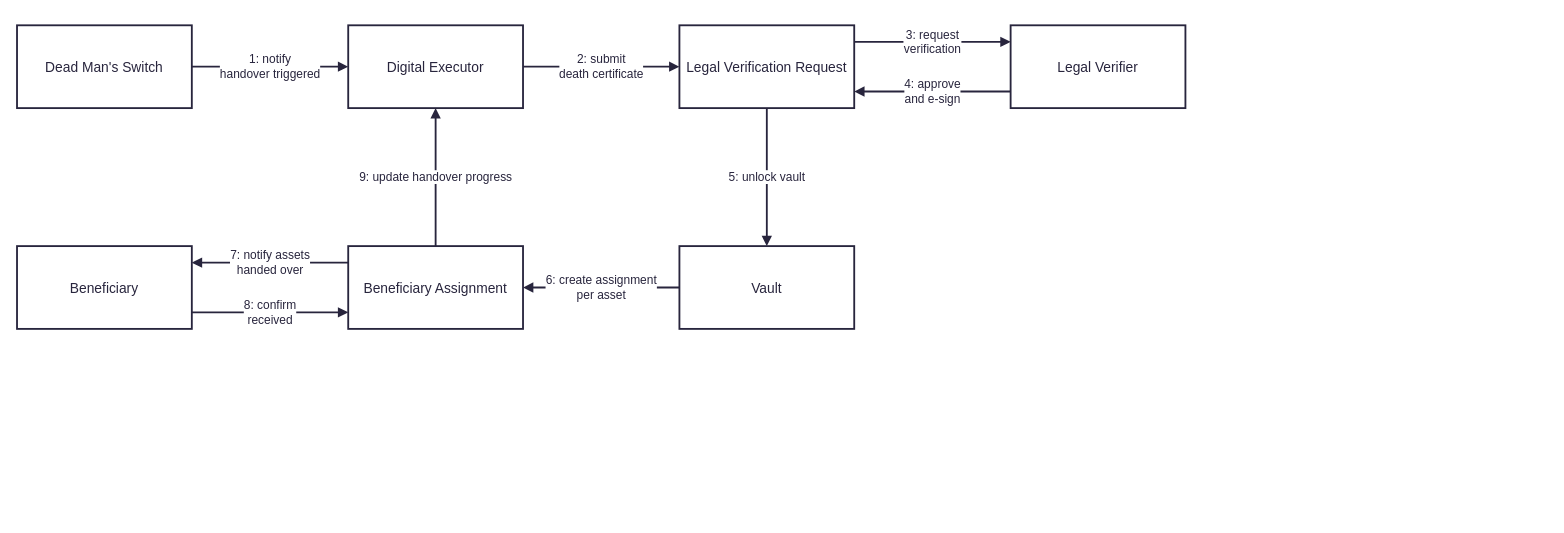
QuochuyChung/Final-Report-SWD keeps this draw.io diagram as Communication Diagram (2 rows).drawio. Above is the earlier version. Source tidied: cells renumbered, new cells numbered last; positions are measured from the earlier drawing's top-left corner, leaving out a move shared by most shapes. Both pictures are drawn from the tidied source at 92%, with x=0, y=0 at pixel (17, 25).
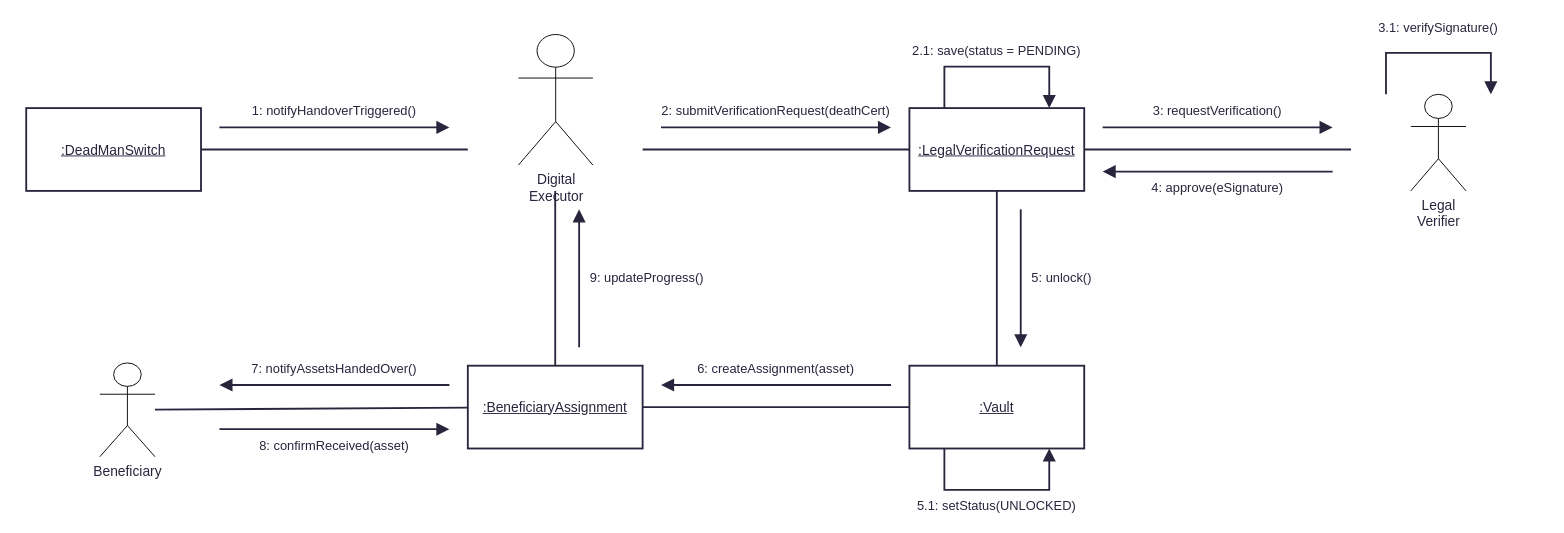
Above is the later version.

The edit, as a diff of the source:
```diff
@@
-    <mxCell id="2" value="Dead Man's Switch" style="html=1;whiteSpace=wrap;strokeWidth=2;fillColor=#ffffff;strokeColor=#28253D;fontColor=#28253D;fontSize=15;shadow=0;" parent="1" vertex="1">
-      <mxGeometry width="190" height="90" as="geometry" />
+    <mxCell id="2" value=":DeadManSwitch" style="html=1;whiteSpace=wrap;strokeWidth=2;fillColor=#ffffff;strokeColor=#28253D;fontColor=#28253D;fontSize=15;shadow=0;fontStyle=4;fontFamily=Helvetica;" parent="1" vertex="1">
+      <mxGeometry x="10" y="90" width="190" height="90" as="geometry" />
     </mxCell>
+    <mxCell id="4" value=":LegalVerificationRequest" style="html=1;whiteSpace=wrap;strokeWidth=2;fillColor=#ffffff;strokeColor=#28253D;fontColor=#28253D;fontSize=15;shadow=0;fontStyle=4;fontFamily=Helvetica;" parent="1" vertex="1">
+      <mxGeometry x="970" y="90" width="190" height="90" as="geometry" />
+    </mxCell>
+    <mxCell id="7" value=":BeneficiaryAssignment" style="html=1;whiteSpace=wrap;strokeWidth=2;fillColor=#ffffff;strokeColor=#28253D;fontColor=#28253D;fontSize=15;shadow=0;fontStyle=4;fontFamily=Helvetica;" parent="1" vertex="1">
+      <mxGeometry x="490" y="370" width="190" height="90" as="geometry" />
+    </mxCell>
+    <mxCell id="18" value=":Vault" style="html=1;whiteSpace=wrap;strokeWidth=2;fillColor=#ffffff;strokeColor=#28253D;fontColor=#28253D;fontSize=15;shadow=0;fontStyle=4;fontFamily=Helvetica;" parent="1" vertex="1">
+      <mxGeometry x="970" y="370" width="190" height="90" as="geometry" />
+    </mxCell>
+    <mxCell id="19" style="endArrow=none;startArrow=none;html=1;strokeWidth=2;strokeColor=#28253D;edgeStyle=none;" parent="1" edge="1" source="2">
+      <mxGeometry relative="1" as="geometry">
+        <mxPoint x="490" y="135" as="targetPoint" />
+      </mxGeometry>
+    </mxCell>
+    <mxCell id="20" style="endArrow=none;startArrow=none;html=1;strokeWidth=2;strokeColor=#28253D;edgeStyle=none;" parent="1" edge="1" target="4">
+      <mxGeometry relative="1" as="geometry">
+        <mxPoint x="680" y="135" as="sourcePoint" />
+      </mxGeometry>
+    </mxCell>
+    <mxCell id="21" style="endArrow=none;startArrow=none;html=1;strokeWidth=2;strokeColor=#28253D;edgeStyle=none;" parent="1" edge="1" source="4">
+      <mxGeometry relative="1" as="geometry">
+        <mxPoint x="1450" y="135" as="targetPoint" />
+      </mxGeometry>
+    </mxCell>
+    <mxCell id="22" style="endArrow=none;startArrow=none;html=1;strokeWidth=2;strokeColor=#28253D;edgeStyle=none;" parent="1" edge="1" source="4" target="18">
+      <mxGeometry relative="1" as="geometry" />
+    </mxCell>
+    <mxCell id="23" style="endArrow=none;startArrow=none;html=1;strokeWidth=2;strokeColor=#28253D;edgeStyle=none;" parent="1" edge="1" source="18" target="7">
+      <mxGeometry relative="1" as="geometry" />
+    </mxCell>
+    <mxCell id="15" style="endArrow=none;startArrow=none;html=1;strokeWidth=2;strokeColor=#28253D;edgeStyle=none;" parent="1" edge="1" source="7" target="6">
+      <mxGeometry relative="1" as="geometry" />
+    </mxCell>
+    <mxCell id="24" style="endArrow=none;startArrow=none;html=1;strokeWidth=2;strokeColor=#28253D;edgeStyle=none;" parent="1" edge="1" source="7">
+      <mxGeometry relative="1" as="geometry">
+        <mxPoint x="585" y="180" as="targetPoint" />
+      </mxGeometry>
+    </mxCell>
+    <mxCell id="25" style="endArrow=block;endFill=1;endSize=9;html=1;strokeWidth=2;strokeColor=#28253D;" parent="1" edge="1">
+      <mxGeometry relative="1" as="geometry">
+        <mxPoint x="220" y="111" as="sourcePoint" />
+        <mxPoint x="470" y="111" as="targetPoint" />
+      </mxGeometry>
+    </mxCell>
+    <mxCell id="26" value="1: notifyHandoverTriggered()" style="text;html=1;whiteSpace=wrap;align=center;verticalAlign=middle;fontSize=14;fontColor=#28253D;strokeColor=none;fillColor=none;fontFamily=Helvetica;" parent="1" vertex="1">
+      <mxGeometry x="205" y="81" width="280" height="24" as="geometry" />
+    </mxCell>
+    <mxCell id="27" style="endArrow=block;endFill=1;endSize=9;html=1;strokeWidth=2;strokeColor=#28253D;" parent="1" edge="1">
+      <mxGeometry relative="1" as="geometry">
+        <mxPoint x="700" y="111" as="sourcePoint" />
+        <mxPoint x="950" y="111" as="targetPoint" />
+      </mxGeometry>
+    </mxCell>
+    <mxCell id="28" value="2: submitVerificationRequest(deathCert)" style="text;html=1;whiteSpace=wrap;align=center;verticalAlign=middle;fontSize=14;fontColor=#28253D;strokeColor=none;fillColor=none;fontFamily=Helvetica;" parent="1" vertex="1">
+      <mxGeometry x="685" y="81" width="280" height="24" as="geometry" />
+    </mxCell>
+    <mxCell id="29" style="edgeStyle=orthogonalEdgeStyle;rounded=0;endArrow=block;endFill=1;endSize=9;html=1;strokeWidth=2;strokeColor=#28253D;exitX=0.2;exitY=0;exitDx=0;exitDy=0;entryX=0.8;entryY=0;entryDx=0;entryDy=0;" parent="1" edge="1" source="4" target="4">
+      <mxGeometry relative="1" as="geometry">
+        <Array as="points">
+          <mxPoint x="1008" y="45" />
+          <mxPoint x="1122" y="45" />
+        </Array>
+      </mxGeometry>
+    </mxCell>
+    <mxCell id="30" value="2.1: save(status = PENDING)" style="text;html=1;whiteSpace=wrap;align=center;verticalAlign=middle;fontSize=14;fontColor=#28253D;strokeColor=none;fillColor=none;fontFamily=Helvetica;" parent="1" vertex="1">
+      <mxGeometry x="945" y="15" width="240" height="26" as="geometry" />
+    </mxCell>
+    <mxCell id="31" style="endArrow=block;endFill=1;endSize=9;html=1;strokeWidth=2;strokeColor=#28253D;" parent="1" edge="1">
+      <mxGeometry relative="1" as="geometry">
+        <mxPoint x="1180" y="111" as="sourcePoint" />
+        <mxPoint x="1430" y="111" as="targetPoint" />
+      </mxGeometry>
+    </mxCell>
+    <mxCell id="32" value="3: requestVerification()" style="text;html=1;whiteSpace=wrap;align=center;verticalAlign=middle;fontSize=14;fontColor=#28253D;strokeColor=none;fillColor=none;fontFamily=Helvetica;" parent="1" vertex="1">
+      <mxGeometry x="1165" y="81" width="280" height="24" as="geometry" />
+    </mxCell>
+    <mxCell id="33" style="edgeStyle=orthogonalEdgeStyle;rounded=0;endArrow=block;endFill=1;endSize=9;html=1;strokeWidth=2;strokeColor=#28253D;exitX=0.2;exitY=0;exitDx=0;exitDy=0;entryX=0.8;entryY=0;entryDx=0;entryDy=0;" parent="1" edge="1">
+      <mxGeometry relative="1" as="geometry">
+        <mxPoint x="1488" y="75" as="sourcePoint" />
+        <mxPoint x="1602" y="75" as="targetPoint" />
+        <Array as="points">
+          <mxPoint x="1488" y="30" />
+          <mxPoint x="1602" y="30" />
+        </Array>
+      </mxGeometry>
+    </mxCell>
+    <mxCell id="34" value="3.1: verifySignature()" style="text;html=1;whiteSpace=wrap;align=center;verticalAlign=middle;fontSize=14;fontColor=#28253D;strokeColor=none;fillColor=none;fontFamily=Helvetica;" parent="1" vertex="1">
+      <mxGeometry x="1425" y="-10" width="240" height="26" as="geometry" />
+    </mxCell>
+    <mxCell id="35" style="endArrow=block;endFill=1;endSize=9;html=1;strokeWidth=2;strokeColor=#28253D;" parent="1" edge="1">
+      <mxGeometry relative="1" as="geometry">
+        <mxPoint x="1430" y="159" as="sourcePoint" />
+        <mxPoint x="1180" y="159" as="targetPoint" />
+      </mxGeometry>
+    </mxCell>
+    <mxCell id="36" value="4: approve(eSignature)" style="text;html=1;whiteSpace=wrap;align=center;verticalAlign=middle;fontSize=14;fontColor=#28253D;strokeColor=none;fillColor=none;fontFamily=Helvetica;" parent="1" vertex="1">
+      <mxGeometry x="1165" y="165" width="280" height="24" as="geometry" />
+    </mxCell>
+    <mxCell id="37" style="endArrow=block;endFill=1;endSize=9;html=1;strokeWidth=2;strokeColor=#28253D;" parent="1" edge="1">
+      <mxGeometry relative="1" as="geometry">
+        <mxPoint x="1091" y="200" as="sourcePoint" />
+        <mxPoint x="1091" y="350" as="targetPoint" />
+      </mxGeometry>
+    </mxCell>
+    <mxCell id="38" value="5: unlock()" style="text;html=1;whiteSpace=wrap;align=left;verticalAlign=middle;fontSize=14;fontColor=#28253D;strokeColor=none;fillColor=none;fontFamily=Helvetica;" parent="1" vertex="1">
+      <mxGeometry x="1101" y="261" width="270" height="28" as="geometry" />
+    </mxCell>
+    <mxCell id="39" style="edgeStyle=orthogonalEdgeStyle;rounded=0;endArrow=block;endFill=1;endSize=9;html=1;strokeWidth=2;strokeColor=#28253D;exitX=0.2;exitY=1;exitDx=0;exitDy=0;entryX=0.8;entryY=1;entryDx=0;entryDy=0;" parent="1" edge="1" source="18" target="18">
+      <mxGeometry relative="1" as="geometry">
+        <Array as="points">
+          <mxPoint x="1008" y="505" />
+          <mxPoint x="1122" y="505" />
+        </Array>
+      </mxGeometry>
+    </mxCell>
+    <mxCell id="40" value="5.1: setStatus(UNLOCKED)" style="text;html=1;whiteSpace=wrap;align=center;verticalAlign=middle;fontSize=14;fontColor=#28253D;strokeColor=none;fillColor=none;fontFamily=Helvetica;" parent="1" vertex="1">
+      <mxGeometry x="945" y="509" width="240" height="26" as="geometry" />
+    </mxCell>
+    <mxCell id="41" style="endArrow=block;endFill=1;endSize=9;html=1;strokeWidth=2;strokeColor=#28253D;" parent="1" edge="1">
+      <mxGeometry relative="1" as="geometry">
+        <mxPoint x="950" y="391" as="sourcePoint" />
+        <mxPoint x="700" y="391" as="targetPoint" />
+      </mxGeometry>
+    </mxCell>
+    <mxCell id="42" value="6: createAssignment(asset)" style="text;html=1;whiteSpace=wrap;align=center;verticalAlign=middle;fontSize=14;fontColor=#28253D;strokeColor=none;fillColor=none;fontFamily=Helvetica;" parent="1" vertex="1">
+      <mxGeometry x="685" y="361" width="280" height="24" as="geometry" />
+    </mxCell>
+    <mxCell id="43" style="endArrow=block;endFill=1;endSize=9;html=1;strokeWidth=2;strokeColor=#28253D;" parent="1" edge="1">
+      <mxGeometry relative="1" as="geometry">
+        <mxPoint x="470" y="391" as="sourcePoint" />
+        <mxPoint x="220" y="391" as="targetPoint" />
+      </mxGeometry>
+    </mxCell>
+    <mxCell id="44" value="7: notifyAssetsHandedOver()" style="text;html=1;whiteSpace=wrap;align=center;verticalAlign=middle;fontSize=14;fontColor=#28253D;strokeColor=none;fillColor=none;fontFamily=Helvetica;" parent="1" vertex="1">
+      <mxGeometry x="205" y="361" width="280" height="24" as="geometry" />
+    </mxCell>
+    <mxCell id="45" style="endArrow=block;endFill=1;endSize=9;html=1;strokeWidth=2;strokeColor=#28253D;" parent="1" edge="1">
+      <mxGeometry relative="1" as="geometry">
+        <mxPoint x="220" y="439" as="sourcePoint" />
+        <mxPoint x="470" y="439" as="targetPoint" />
+      </mxGeometry>
+    </mxCell>
+    <mxCell id="46" value="8: confirmReceived(asset)" style="text;html=1;whiteSpace=wrap;align=center;verticalAlign=middle;fontSize=14;fontColor=#28253D;strokeColor=none;fillColor=none;fontFamily=Helvetica;" parent="1" vertex="1">
+      <mxGeometry x="205" y="445" width="280" height="24" as="geometry" />
+    </mxCell>
+    <mxCell id="47" style="endArrow=block;endFill=1;endSize=9;html=1;strokeWidth=2;strokeColor=#28253D;" parent="1" edge="1">
+      <mxGeometry relative="1" as="geometry">
+        <mxPoint x="611" y="350" as="sourcePoint" />
+        <mxPoint x="611" y="200" as="targetPoint" />
+      </mxGeometry>
+    </mxCell>
+    <mxCell id="48" value="9: updateProgress()" style="text;html=1;whiteSpace=wrap;align=left;verticalAlign=middle;fontSize=14;fontColor=#28253D;strokeColor=none;fillColor=none;fontFamily=Helvetica;" parent="1" vertex="1">
+      <mxGeometry x="621" y="261" width="270" height="28" as="geometry" />
+    </mxCell>
-    <mxCell id="3" value="Digital Executor" style="html=1;whiteSpace=wrap;strokeWidth=2;fillColor=#ffffff;strokeColor=#28253D;fontColor=#28253D;fontSize=15;shadow=0;" parent="1" vertex="1">
-      <mxGeometry x="360" width="190" height="90" as="geometry" />
+    <mxCell id="3" value="&lt;span style=&quot;color: rgb(40, 37, 61); font-size: 15px; white-space: normal;&quot;&gt;Digital Executor&lt;/span&gt;" style="shape=umlActor;verticalLabelPosition=bottom;verticalAlign=top;html=1;outlineConnect=0;labelPerimeter=1;" parent="1" vertex="1">
+      <mxGeometry x="545" y="10" width="81" height="142" as="geometry" />
     </mxCell>
-    <mxCell id="4" value="Legal Verification Request" style="html=1;whiteSpace=wrap;strokeWidth=2;fillColor=#ffffff;strokeColor=#28253D;fontColor=#28253D;fontSize=15;shadow=0;" parent="1" vertex="1">
-      <mxGeometry x="720" width="190" height="90" as="geometry" />
-    </mxCell>
-    <mxCell id="5" value="Legal Verifier" style="html=1;whiteSpace=wrap;strokeWidth=2;fillColor=#ffffff;strokeColor=#28253D;fontColor=#28253D;fontSize=15;shadow=0;" parent="1" vertex="1">
-      <mxGeometry x="1080" width="190" height="90" as="geometry" />
+    <mxCell id="5" value="&lt;span style=&quot;color: rgb(40, 37, 61); font-size: 15px; white-space: normal;&quot;&gt;Legal Verifier&lt;/span&gt;" style="shape=umlActor;verticalLabelPosition=bottom;verticalAlign=top;html=1;outlineConnect=0;labelPerimeter=1;" parent="1" vertex="1">
+      <mxGeometry x="1515" y="75" width="60" height="105" as="geometry" />
     </mxCell>
-    <mxCell id="6" value="Beneficiary" style="html=1;whiteSpace=wrap;strokeWidth=2;fillColor=#ffffff;strokeColor=#28253D;fontColor=#28253D;fontSize=15;shadow=0;" parent="1" vertex="1">
-      <mxGeometry y="240" width="190" height="90" as="geometry" />
+    <mxCell id="6" value="&lt;span style=&quot;color: rgb(40, 37, 61); font-size: 15px; white-space: normal;&quot;&gt;Beneficiary&lt;/span&gt;" style="shape=umlActor;verticalLabelPosition=bottom;verticalAlign=top;html=1;outlineConnect=0;labelPerimeter=1;" parent="1" vertex="1">
+      <mxGeometry x="90" y="367" width="60" height="102" as="geometry" />
     </mxCell>
-    <mxCell id="7" value="Beneficiary Assignment" style="html=1;whiteSpace=wrap;strokeWidth=2;fillColor=#ffffff;strokeColor=#28253D;fontColor=#28253D;fontSize=15;shadow=0;" parent="1" vertex="1">
-      <mxGeometry x="360" y="240" width="190" height="90" as="geometry" />
-    </mxCell>
-    <mxCell id="8" value="Vault" style="html=1;whiteSpace=wrap;strokeWidth=2;fillColor=#ffffff;strokeColor=#28253D;fontColor=#28253D;fontSize=15;shadow=0;" parent="1" vertex="1">
-      <mxGeometry x="720" y="240" width="190" height="90" as="geometry" />
-    </mxCell>
-    <mxCell id="9" value="1: notify&lt;br&gt;handover triggered" style="html=1;strokeWidth=2;strokeColor=#28253D;endArrow=block;endFill=1;fontSize=13;fontColor=#28253D;labelBackgroundColor=#ffffff;exitX=1;exitY=0.5;entryX=0;entryY=0.5;" parent="1" edge="1" source="2" target="3">
-      <mxGeometry relative="1" as="geometry" />
-    </mxCell>
-    <mxCell id="10" value="2: submit&lt;br&gt;death certificate" style="html=1;strokeWidth=2;strokeColor=#28253D;endArrow=block;endFill=1;fontSize=13;fontColor=#28253D;labelBackgroundColor=#ffffff;exitX=1;exitY=0.5;entryX=0;entryY=0.5;" parent="1" edge="1" source="3" target="4">
-      <mxGeometry relative="1" as="geometry" />
-    </mxCell>
-    <mxCell id="11" value="3: request&lt;br&gt;verification" style="html=1;strokeWidth=2;strokeColor=#28253D;endArrow=block;endFill=1;fontSize=13;fontColor=#28253D;labelBackgroundColor=#ffffff;exitX=1;exitY=0.2;entryX=0;entryY=0.2;" parent="1" edge="1" source="4" target="5">
-      <mxGeometry relative="1" as="geometry" />
-    </mxCell>
-    <mxCell id="12" value="4: approve&lt;br&gt;and e-sign" style="html=1;strokeWidth=2;strokeColor=#28253D;endArrow=block;endFill=1;fontSize=13;fontColor=#28253D;labelBackgroundColor=#ffffff;exitX=0;exitY=0.8;entryX=1;entryY=0.8;" parent="1" edge="1" source="5" target="4">
-      <mxGeometry relative="1" as="geometry" />
-    </mxCell>
-    <mxCell id="13" value="5: unlock vault" style="html=1;strokeWidth=2;strokeColor=#28253D;endArrow=block;endFill=1;fontSize=13;fontColor=#28253D;labelBackgroundColor=#ffffff;exitX=0.5;exitY=1;entryX=0.5;entryY=0;" parent="1" edge="1" source="4" target="8">
-      <mxGeometry relative="1" as="geometry" />
-    </mxCell>
-    <mxCell id="14" value="6: create assignment&lt;br&gt;per asset" style="html=1;strokeWidth=2;strokeColor=#28253D;endArrow=block;endFill=1;fontSize=13;fontColor=#28253D;labelBackgroundColor=#ffffff;exitX=0;exitY=0.5;entryX=1;entryY=0.5;" parent="1" edge="1" source="8" target="7">
-      <mxGeometry relative="1" as="geometry" />
-    </mxCell>
-    <mxCell id="15" value="7: notify assets&lt;br&gt;handed over" style="html=1;strokeWidth=2;strokeColor=#28253D;endArrow=block;endFill=1;fontSize=13;fontColor=#28253D;labelBackgroundColor=#ffffff;exitX=0;exitY=0.2;entryX=1;entryY=0.2;" parent="1" edge="1" source="7" target="6">
-      <mxGeometry relative="1" as="geometry" />
-    </mxCell>
-    <mxCell id="16" value="8: confirm&lt;br&gt;received" style="html=1;strokeWidth=2;strokeColor=#28253D;endArrow=block;endFill=1;fontSize=13;fontColor=#28253D;labelBackgroundColor=#ffffff;exitX=1;exitY=0.8;entryX=0;entryY=0.8;" parent="1" edge="1" source="6" target="7">
-      <mxGeometry relative="1" as="geometry" />
-    </mxCell>
-    <mxCell id="17" value="9: update handover progress" style="html=1;strokeWidth=2;strokeColor=#28253D;endArrow=block;endFill=1;fontSize=13;fontColor=#28253D;labelBackgroundColor=#ffffff;exitX=0.5;exitY=0;entryX=0.5;entryY=1;" parent="1" edge="1" source="7" target="3">
-      <mxGeometry relative="1" as="geometry" />
-    </mxCell>
```
